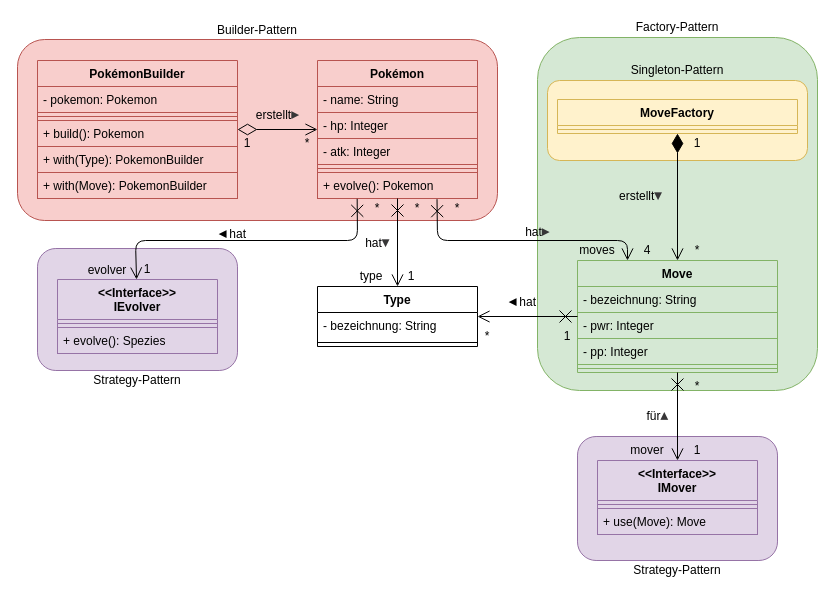
The draw.io diagram swt_wende_tim_h09/swt_wende_tim_h09_class_diagram_pattern.drawio in tmwnd/fha-swt, before the edit. Source tidied: cells renumbered, new cells numbered last; positions are measured from the earlier drawing's top-left corner, leaving out a move shared by most shapes. Both pictures are drawn from the tidied source at 100%, with x=0, y=0 at pixel (17, 17).
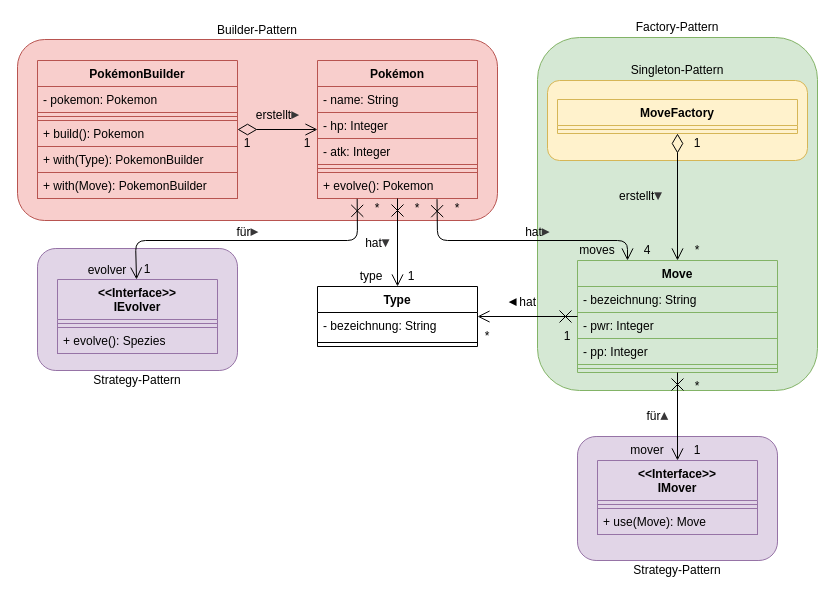
The same diagram, later.

The change refers to these unchanged cells:
```xml
<mxCell id="19" value="Move" style="swimlane;fontStyle=1;align=center;verticalAlign=top;horizontal=1;startSize=26;fillColor=#d5e8d4;strokeColor=#82b366;" parent="1" vertex="1">
  <mxGeometry x="560" y="243" width="200" height="112" as="geometry" />
</mxCell>
<mxCell id="34" value="MoveFactory" style="swimlane;fontStyle=1;align=center;verticalAlign=top;horizontal=1;startSize=26;fillColor=#fff2cc;strokeColor=#d6b656;" parent="1" vertex="1">
  <mxGeometry x="540" y="82" width="240" height="34" as="geometry" />
</mxCell>
```

What changed in the source:
```diff
@@
-    <mxCell id="36" style="endArrow=open;html=1;startArrow=diamondThin;startFill=1;startSize=17;endFill=0;endSize=10;" parent="1" edge="1" source="34" target="19">
+    <mxCell id="36" style="endArrow=open;html=1;startArrow=diamondThin;startFill=0;startSize=17;endFill=0;endSize=10;" parent="1" edge="1" source="34" target="19">
       <mxGeometry relative="1" as="geometry" />
     </mxCell>
@@
-    <mxCell id="42" value="*" style="text;html=1;strokeColor=none;fillColor=none;align=center;verticalAlign=middle;whiteSpace=wrap;rounded=0;" parent="1" vertex="1">
-      <mxGeometry x="270" y="116" width="40" height="20" as="geometry" />
-    </mxCell>
@@
-    <mxCell id="59" value="&lt;span style=&quot;color: rgb(0 , 0 , 0) ; font-family: &amp;#34;helvetica&amp;#34; ; font-style: normal ; letter-spacing: normal ; text-align: center ; text-indent: 0px ; text-transform: none ; word-spacing: 0px ; display: inline ; float: none&quot;&gt;&lt;font size=&quot;1&quot;&gt;&lt;b style=&quot;font-size: 14px&quot;&gt;◂&lt;/b&gt;&lt;/font&gt;&lt;/span&gt;&lt;span style=&quot;color: rgb(0 , 0 , 0) ; font-family: &amp;#34;helvetica&amp;#34; ; font-size: 12px ; font-style: normal ; font-weight: 400 ; letter-spacing: normal ; text-align: center ; text-indent: 0px ; text-transform: none ; word-spacing: 0px ; display: inline ; float: none&quot;&gt;&amp;nbsp;hat&lt;/span&gt;" style="text;whiteSpace=wrap;html=1;fontSize=14;fontFamily=Helvetica;" parent="1" vertex="1">
-      <mxGeometry x="200" y="201" width="40" height="30" as="geometry" />
-    </mxCell>
@@
+    <mxCell id="72" value="1" style="text;html=1;strokeColor=none;fillColor=none;align=center;verticalAlign=middle;whiteSpace=wrap;rounded=0;" parent="1" vertex="1">
+      <mxGeometry x="270" y="116" width="40" height="20" as="geometry" />
+    </mxCell>
+    <mxCell id="73" value="&lt;font&gt;für&lt;/font&gt;&lt;font style=&quot;color: rgb(55 , 54 , 55) ; font-weight: bold ; font-size: 14px&quot;&gt;▸&lt;/font&gt;" style="text;html=1;strokeColor=none;fillColor=none;align=center;verticalAlign=middle;whiteSpace=wrap;rounded=0;" parent="1" vertex="1">
+      <mxGeometry x="190" y="201" width="80" height="25" as="geometry" />
+    </mxCell>
```
